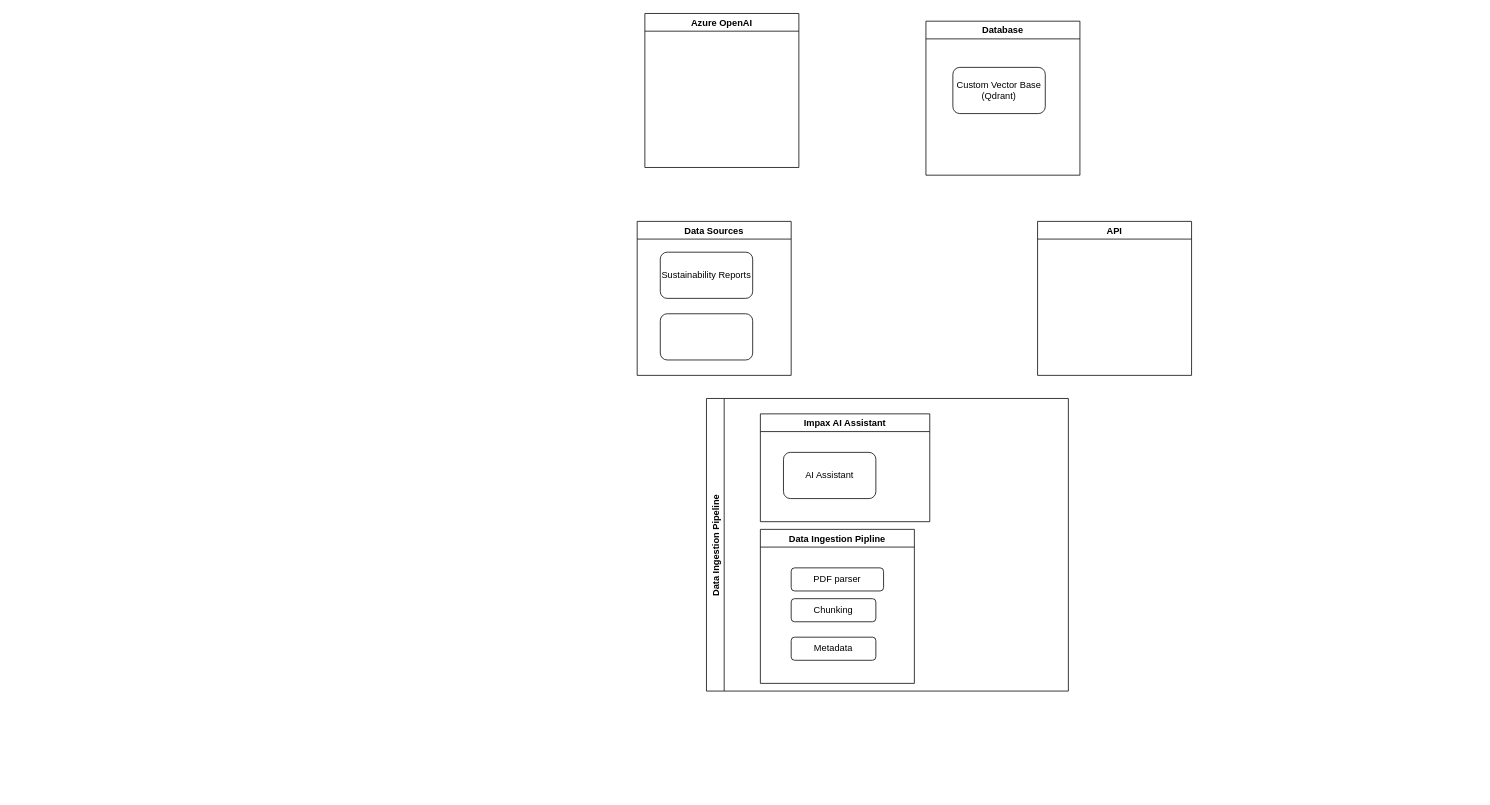
pauljhp/AIFinancialDocumentAssistant keeps this draw.io diagram as architecture.drawio. Above is the earlier version. Source tidied: cells renumbered, new cells numbered last; positions are measured from the earlier drawing's top-left corner, leaving out a move shared by most shapes. Both pictures are drawn from the tidied source at 77%, with x=0, y=0 at pixel (637, 13).
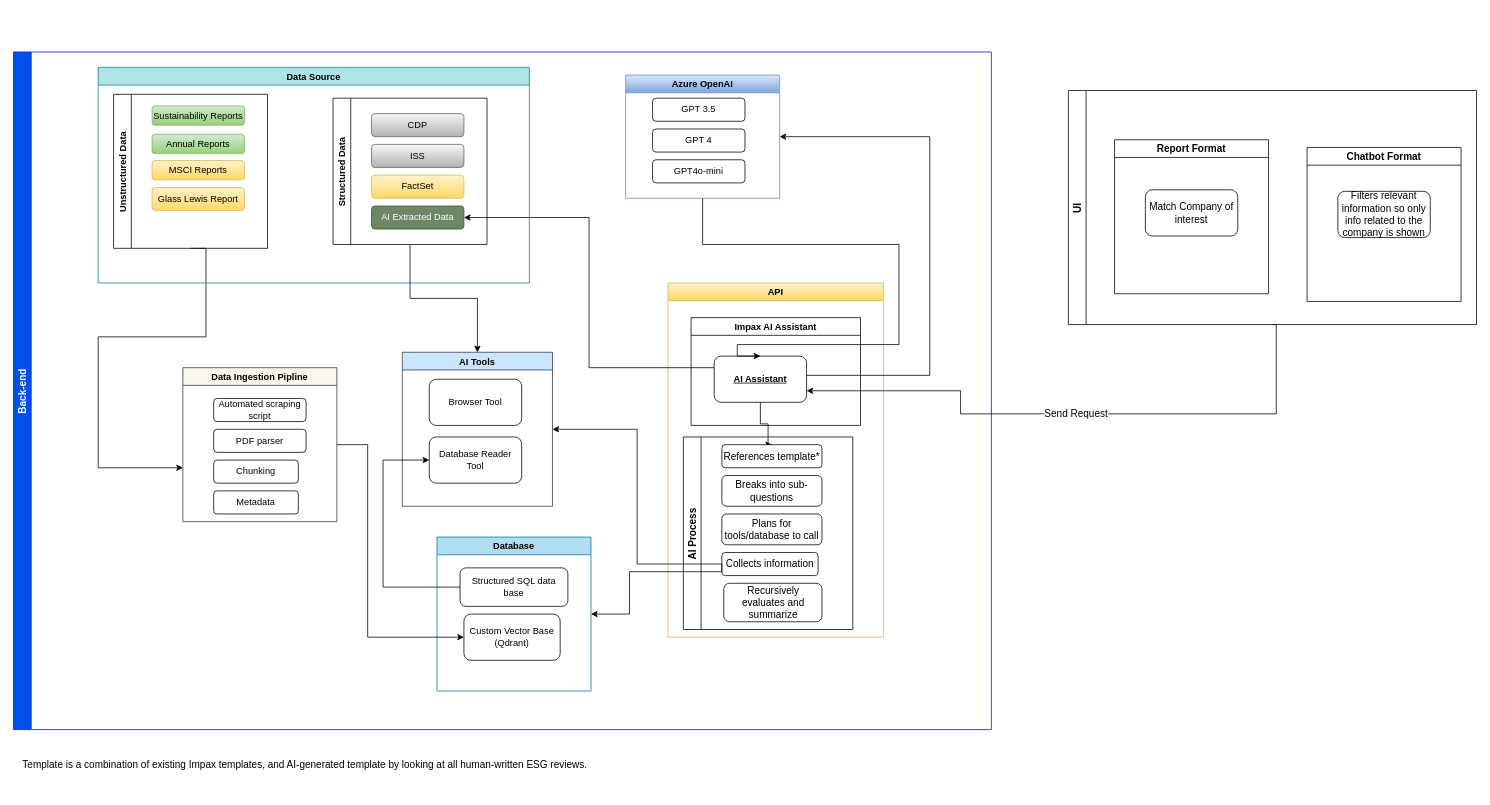
The same diagram, later.

Change to the diagram source:
```diff
@@
+    <mxCell id="16" style="group;" parent="1" vertex="1">
+      <mxGeometry x="-810" y="50" width="1270" height="960" as="geometry" />
+    </mxCell>
-    <mxCell id="2" value="Azure OpenAI" style="swimlane;" parent="1" vertex="1">
-      <mxGeometry x="10" width="200" height="200" as="geometry" />
+    <mxCell id="2" value="Azure OpenAI" style="swimlane;fillColor=#dae8fc;gradientColor=#7ea6e0;strokeColor=#6c8ebf;" parent="16" vertex="1">
+      <mxGeometry x="795" y="30" width="200" height="160" as="geometry" />
     </mxCell>
-    <mxCell id="3" value="Data Sources" style="swimlane;" parent="1" vertex="1">
-      <mxGeometry y="270" width="200" height="200" as="geometry" />
-    </mxCell>
-    <mxCell id="4" value="Sustainability Reports" style="rounded=1;whiteSpace=wrap;html=1;" parent="3" vertex="1">
-      <mxGeometry x="30" y="40" width="120" height="60" as="geometry" />
-    </mxCell>
-    <mxCell id="5" style="rounded=1;whiteSpace=wrap;html=1;" parent="3" vertex="1">
-      <mxGeometry x="30" y="120" width="120" height="60" as="geometry" />
-    </mxCell>
+    <mxCell id="17" value="GPT 3.5" style="rounded=1;whiteSpace=wrap;html=1;" parent="2" vertex="1">
+      <mxGeometry x="35" y="30" width="120" height="30" as="geometry" />
+    </mxCell>
+    <mxCell id="18" value="GPT 4" style="rounded=1;whiteSpace=wrap;html=1;" parent="2" vertex="1">
+      <mxGeometry x="35" y="70" width="120" height="30" as="geometry" />
+    </mxCell>
+    <mxCell id="19" value="GPT4o-mini" style="rounded=1;whiteSpace=wrap;html=1;" parent="2" vertex="1">
+      <mxGeometry x="35" y="110" width="120" height="30" as="geometry" />
+    </mxCell>
+    <mxCell id="20" style="edgeStyle=orthogonalEdgeStyle;rounded=0;jettySize=auto;html=1;exitX=0.5;exitY=1;exitDx=0;exitDy=0;" parent="16" edge="1" source="39">
+      <mxGeometry relative="1" as="geometry">
+        <mxPoint x="220" y="540" as="targetPoint" />
+        <Array as="points">
+          <mxPoint x="250" y="255" />
+          <mxPoint x="250" y="370" />
+          <mxPoint x="110" y="370" />
+          <mxPoint x="110" y="540" />
+        </Array>
+      </mxGeometry>
+    </mxCell>
-    <mxCell id="6" value="Database" style="swimlane;" parent="1" vertex="1">
-      <mxGeometry x="375" y="10" width="200" height="200" as="geometry" />
+    <mxCell id="6" value="Database" style="swimlane;fillColor=#b1ddf0;strokeColor=#10739e;" parent="16" vertex="1">
+      <mxGeometry x="550" y="630" width="200" height="200" as="geometry" />
     </mxCell>
     <mxCell id="7" value="Custom Vector Base (Qdrant)" style="rounded=1;whiteSpace=wrap;html=1;" parent="6" vertex="1">
-      <mxGeometry x="35" y="60" width="120" height="60" as="geometry" />
+      <mxGeometry x="35" y="100" width="125" height="60" as="geometry" />
     </mxCell>
+    <mxCell id="21" value="Structured SQL data base" style="rounded=1;whiteSpace=wrap;html=1;" parent="6" vertex="1">
+      <mxGeometry x="30" y="40" width="140" height="50" as="geometry" />
+    </mxCell>
-    <mxCell id="8" value="API" style="swimlane;" parent="1" vertex="1">
-      <mxGeometry x="520" y="270" width="200" height="200" as="geometry" />
+    <mxCell id="8" value="API" style="swimlane;fillColor=#fff2cc;gradientColor=#ffd966;strokeColor=#d6b656;" parent="16" vertex="1">
+      <mxGeometry x="850" y="300" width="280" height="460" as="geometry" />
     </mxCell>
-    <mxCell id="9" value="Data Ingestion Pipeline" style="swimlane;horizontal=0;" parent="1" vertex="1">
-      <mxGeometry x="90" y="500" width="470" height="380" as="geometry" />
-    </mxCell>
-    <mxCell id="10" value="Impax AI Assistant" style="swimlane;" parent="9" vertex="1">
-      <mxGeometry x="70" y="20" width="220" height="140" as="geometry" />
+    <mxCell id="10" value="Impax AI Assistant" style="swimlane;" parent="8" vertex="1">
+      <mxGeometry x="30" y="45" width="220" height="140" as="geometry" />
     </mxCell>
-    <mxCell id="11" value="AI Assistant" style="rounded=1;whiteSpace=wrap;html=1;" parent="10" vertex="1">
+    <mxCell id="11" value="AI Assistant" style="rounded=1;whiteSpace=wrap;html=1;fontStyle=5;" parent="10" vertex="1">
       <mxGeometry x="30" y="50" width="120" height="60" as="geometry" />
     </mxCell>
+    <mxCell id="22" style="edgeStyle=orthogonalEdgeStyle;rounded=0;jettySize=auto;html=1;exitX=0.5;exitY=1;exitDx=0;exitDy=0;entryX=0.5;entryY=0;entryDx=0;entryDy=0;" parent="16" edge="1" source="2" target="11">
+      <mxGeometry relative="1" as="geometry">
+        <Array as="points">
+          <mxPoint x="895" y="250" />
+          <mxPoint x="1150" y="250" />
+          <mxPoint x="1150" y="380" />
+          <mxPoint x="940" y="380" />
+        </Array>
+      </mxGeometry>
+    </mxCell>
+    <mxCell id="23" style="edgeStyle=orthogonalEdgeStyle;rounded=0;jettySize=auto;html=1;entryX=1;entryY=0.5;entryDx=0;entryDy=0;" parent="16" edge="1" source="11" target="2">
+      <mxGeometry relative="1" as="geometry">
+        <Array as="points">
+          <mxPoint x="1190" y="420" />
+          <mxPoint x="1190" y="110" />
+        </Array>
+      </mxGeometry>
+    </mxCell>
+    <mxCell id="24" style="edgeStyle=orthogonalEdgeStyle;rounded=0;jettySize=auto;html=1;entryX=0;entryY=0.5;entryDx=0;entryDy=0;" parent="16" edge="1" source="12" target="7">
+      <mxGeometry relative="1" as="geometry">
+        <Array as="points">
+          <mxPoint x="460" y="510" />
+          <mxPoint x="460" y="760" />
+        </Array>
+      </mxGeometry>
+    </mxCell>
-    <mxCell id="12" value="Data Ingestion Pipline" style="swimlane;startSize=23;" parent="9" vertex="1">
-      <mxGeometry x="70" y="170" width="200" height="200" as="geometry" />
+    <mxCell id="12" value="Data Ingestion Pipline" style="swimlane;startSize=23;fillColor=#f9f7ed;strokeColor=#36393d;" parent="16" vertex="1">
+      <mxGeometry x="220" y="410" width="200" height="200" as="geometry" />
     </mxCell>
     <mxCell id="13" value="PDF parser" style="rounded=1;whiteSpace=wrap;html=1;" parent="12" vertex="1">
-      <mxGeometry x="40" y="50" width="120" height="30" as="geometry" />
+      <mxGeometry x="40" y="80" width="120" height="30" as="geometry" />
     </mxCell>
     <mxCell id="14" value="Chunking" style="rounded=1;whiteSpace=wrap;html=1;" parent="12" vertex="1">
-      <mxGeometry x="40" y="90" width="110" height="30" as="geometry" />
+      <mxGeometry x="40" y="120" width="110" height="30" as="geometry" />
     </mxCell>
     <mxCell id="15" value="Metadata" style="rounded=1;whiteSpace=wrap;html=1;" parent="12" vertex="1">
-      <mxGeometry x="40" y="140" width="110" height="30" as="geometry" />
+      <mxGeometry x="40" y="160" width="110" height="30" as="geometry" />
     </mxCell>
+    <mxCell id="25" value="Automated scraping script" style="rounded=1;whiteSpace=wrap;html=1;" parent="12" vertex="1">
+      <mxGeometry x="40" y="40" width="120" height="30" as="geometry" />
+    </mxCell>
+    <mxCell id="26" value="AI Tools" style="swimlane;fillColor=#cce5ff;strokeColor=#36393d;" parent="16" vertex="1">
+      <mxGeometry x="505" y="390" width="195" height="200" as="geometry" />
+    </mxCell>
+    <mxCell id="27" value="Browser Tool" style="rounded=1;whiteSpace=wrap;html=1;" parent="26" vertex="1">
+      <mxGeometry x="35" y="35" width="120" height="60" as="geometry" />
+    </mxCell>
+    <mxCell id="28" value="Database Reader Tool" style="rounded=1;whiteSpace=wrap;html=1;" parent="26" vertex="1">
+      <mxGeometry x="35" y="110" width="120" height="60" as="geometry" />
+    </mxCell>
+    <mxCell id="29" style="edgeStyle=orthogonalEdgeStyle;rounded=0;jettySize=auto;html=1;entryX=0.5;entryY=0;entryDx=0;entryDy=0;" parent="16" edge="1" source="11" target="36">
+      <mxGeometry relative="1" as="geometry">
+        <Array as="points">
+          <mxPoint x="970" y="483" />
+          <mxPoint x="980" y="483" />
+          <mxPoint x="980" y="510" />
+        </Array>
+      </mxGeometry>
+    </mxCell>
+    <mxCell id="30" style="edgeStyle=orthogonalEdgeStyle;rounded=0;jettySize=auto;html=1;exitX=0;exitY=0.25;exitDx=0;exitDy=0;entryX=1;entryY=0.5;entryDx=0;entryDy=0;" parent="16" edge="1" source="11" target="46">
+      <mxGeometry relative="1" as="geometry" />
+    </mxCell>
+    <mxCell id="31" style="edgeStyle=orthogonalEdgeStyle;rounded=0;jettySize=auto;html=1;entryX=0;entryY=0.5;entryDx=0;entryDy=0;" parent="16" edge="1" source="21" target="28">
+      <mxGeometry relative="1" as="geometry">
+        <Array as="points">
+          <mxPoint x="480" y="695" />
+          <mxPoint x="480" y="530" />
+        </Array>
+      </mxGeometry>
+    </mxCell>
+    <mxCell id="32" value="Back-end" style="swimlane;horizontal=0;fontSize=13;fillColor=#0050ef;strokeColor=#001DBC;fontColor=#ffffff;" parent="16" vertex="1">
+      <mxGeometry width="1270" height="880" as="geometry" />
+    </mxCell>
+    <mxCell id="33" value="AI Process" style="swimlane;horizontal=0;fontSize=13;" parent="32" vertex="1">
+      <mxGeometry x="870" y="500" width="220" height="250" as="geometry" />
+    </mxCell>
+    <mxCell id="34" value="Breaks into sub-questions" style="rounded=1;whiteSpace=wrap;html=1;fontSize=13;" parent="33" vertex="1">
+      <mxGeometry x="50" y="50" width="130" height="40" as="geometry" />
+    </mxCell>
+    <mxCell id="35" value="Collects information" style="rounded=1;whiteSpace=wrap;html=1;fontSize=13;" parent="33" vertex="1">
+      <mxGeometry x="50" y="150" width="125" height="30" as="geometry" />
+    </mxCell>
+    <mxCell id="36" value="References template*" style="rounded=1;whiteSpace=wrap;html=1;fontSize=13;" parent="33" vertex="1">
+      <mxGeometry x="50" y="10" width="130" height="30" as="geometry" />
+    </mxCell>
+    <mxCell id="37" value="Recursively evaluates and summarize" style="rounded=1;whiteSpace=wrap;html=1;fontSize=13;" parent="33" vertex="1">
+      <mxGeometry x="52.5" y="190" width="127.5" height="50" as="geometry" />
+    </mxCell>
+    <mxCell id="38" value="Plans for tools/database to call" style="rounded=1;whiteSpace=wrap;html=1;fontSize=13;" parent="33" vertex="1">
+      <mxGeometry x="50" y="100" width="130" height="40" as="geometry" />
+    </mxCell>
+    <mxCell id="3" value="Data Source" style="swimlane;fillColor=#b0e3e6;strokeColor=#0e8088;" parent="32" vertex="1">
+      <mxGeometry x="110" y="20" width="560" height="280" as="geometry" />
+    </mxCell>
+    <mxCell id="39" value="Unstructured Data" style="swimlane;horizontal=0;" parent="3" vertex="1">
+      <mxGeometry x="20" y="35" width="200" height="200" as="geometry" />
+    </mxCell>
+    <mxCell id="4" value="Sustainability Reports" style="rounded=1;whiteSpace=wrap;html=1;fillColor=#d5e8d4;gradientColor=#97d077;strokeColor=#82b366;" parent="39" vertex="1">
+      <mxGeometry x="50" y="15" width="120" height="25" as="geometry" />
+    </mxCell>
+    <mxCell id="5" value="Annual Reports" style="rounded=1;whiteSpace=wrap;html=1;fillColor=#d5e8d4;gradientColor=#97d077;strokeColor=#82b366;" parent="39" vertex="1">
+      <mxGeometry x="50" y="52" width="120" height="25" as="geometry" />
+    </mxCell>
+    <mxCell id="40" value="MSCI Reports" style="rounded=1;whiteSpace=wrap;html=1;fillColor=#fff2cc;gradientColor=#ffd966;strokeColor=#d6b656;" parent="39" vertex="1">
+      <mxGeometry x="50" y="86" width="120" height="25" as="geometry" />
+    </mxCell>
+    <mxCell id="41" value="Glass Lewis Report" style="rounded=1;whiteSpace=wrap;html=1;fillColor=#fff2cc;gradientColor=#ffd966;strokeColor=#d6b656;" parent="39" vertex="1">
+      <mxGeometry x="50" y="121" width="120" height="30" as="geometry" />
+    </mxCell>
+    <mxCell id="42" value="Structured Data" style="swimlane;horizontal=0;" parent="3" vertex="1">
+      <mxGeometry x="305" y="40" width="200" height="190" as="geometry" />
+    </mxCell>
+    <mxCell id="43" value="CDP" style="rounded=1;whiteSpace=wrap;html=1;fillColor=#f5f5f5;gradientColor=#b3b3b3;strokeColor=#666666;" parent="42" vertex="1">
+      <mxGeometry x="50" y="20" width="120" height="30" as="geometry" />
+    </mxCell>
+    <mxCell id="44" value="ISS" style="rounded=1;whiteSpace=wrap;html=1;fillColor=#f5f5f5;gradientColor=#b3b3b3;strokeColor=#666666;" parent="42" vertex="1">
+      <mxGeometry x="50" y="60" width="120" height="30" as="geometry" />
+    </mxCell>
+    <mxCell id="45" value="FactSet" style="rounded=1;whiteSpace=wrap;html=1;fillColor=#fff2cc;gradientColor=#ffd966;strokeColor=#d6b656;" parent="42" vertex="1">
+      <mxGeometry x="50" y="100" width="120" height="30" as="geometry" />
+    </mxCell>
+    <mxCell id="46" value="AI Extracted Data" style="rounded=1;whiteSpace=wrap;html=1;fillColor=#6d8764;strokeColor=#3A5431;fontColor=#ffffff;" parent="42" vertex="1">
+      <mxGeometry x="50" y="140" width="120" height="30" as="geometry" />
+    </mxCell>
+    <mxCell id="47" value="Template is a combination of existing Impax templates, and AI-generated template by looking at all human-written ESG reviews." style="text;html=1;strokeColor=none;fillColor=none;align=left;verticalAlign=middle;whiteSpace=wrap;rounded=0;fontSize=13;" parent="16" vertex="1">
+      <mxGeometry x="10" y="890" width="1160" height="70" as="geometry" />
+    </mxCell>
+    <mxCell id="48" style="edgeStyle=orthogonalEdgeStyle;rounded=0;jettySize=auto;html=1;exitX=0;exitY=0.5;exitDx=0;exitDy=0;entryX=1;entryY=0.5;entryDx=0;entryDy=0;fontSize=13;" parent="16" edge="1" source="35" target="26">
+      <mxGeometry relative="1" as="geometry" />
+    </mxCell>
+    <mxCell id="49" style="edgeStyle=orthogonalEdgeStyle;rounded=0;jettySize=auto;html=1;exitX=0.5;exitY=1;exitDx=0;exitDy=0;" parent="16" edge="1" source="42" target="26">
+      <mxGeometry relative="1" as="geometry" />
+    </mxCell>
+    <mxCell id="50" style="edgeStyle=orthogonalEdgeStyle;rounded=0;jettySize=auto;html=1;exitX=0;exitY=0.5;exitDx=0;exitDy=0;entryX=1;entryY=0.5;entryDx=0;entryDy=0;fontSize=13;" parent="16" edge="1" source="35" target="6">
+      <mxGeometry relative="1" as="geometry">
+        <Array as="points">
+          <mxPoint x="800" y="675" />
+          <mxPoint x="800" y="730" />
+        </Array>
+      </mxGeometry>
+    </mxCell>
+    <mxCell id="51" value="Send Request" style="edgeStyle=orthogonalEdgeStyle;rounded=0;jettySize=auto;html=1;fontSize=13;exitX=0.5;exitY=1;exitDx=0;exitDy=0;entryX=1;entryY=0.75;entryDx=0;entryDy=0;" parent="1" edge="1" source="52" target="11">
+      <mxGeometry relative="1" as="geometry">
+        <Array as="points">
+          <mxPoint x="830" y="404" />
+          <mxPoint x="830" y="520" />
+          <mxPoint x="420" y="520" />
+          <mxPoint x="420" y="490" />
+        </Array>
+      </mxGeometry>
+    </mxCell>
+    <mxCell id="52" value="UI" style="swimlane;horizontal=0;fontSize=13;" parent="1" vertex="1">
+      <mxGeometry x="560" y="100" width="530" height="304" as="geometry" />
+    </mxCell>
+    <mxCell id="53" value="Report Format" style="swimlane;fontSize=13;" parent="52" vertex="1">
+      <mxGeometry x="60" y="64" width="200" height="200" as="geometry" />
+    </mxCell>
+    <mxCell id="54" value="Match Company of interest" style="rounded=1;whiteSpace=wrap;html=1;fontSize=13;" parent="53" vertex="1">
+      <mxGeometry x="40" y="65" width="120" height="60" as="geometry" />
+    </mxCell>
+    <mxCell id="55" value="Chatbot Format" style="swimlane;fontSize=13;" parent="52" vertex="1">
+      <mxGeometry x="310" y="74" width="200" height="200" as="geometry" />
+    </mxCell>
+    <mxCell id="56" value="Filters relevant information so only info related to the company is shown" style="rounded=1;whiteSpace=wrap;html=1;fontSize=13;" parent="55" vertex="1">
+      <mxGeometry x="40" y="57" width="120" height="60" as="geometry" />
+    </mxCell>
```
